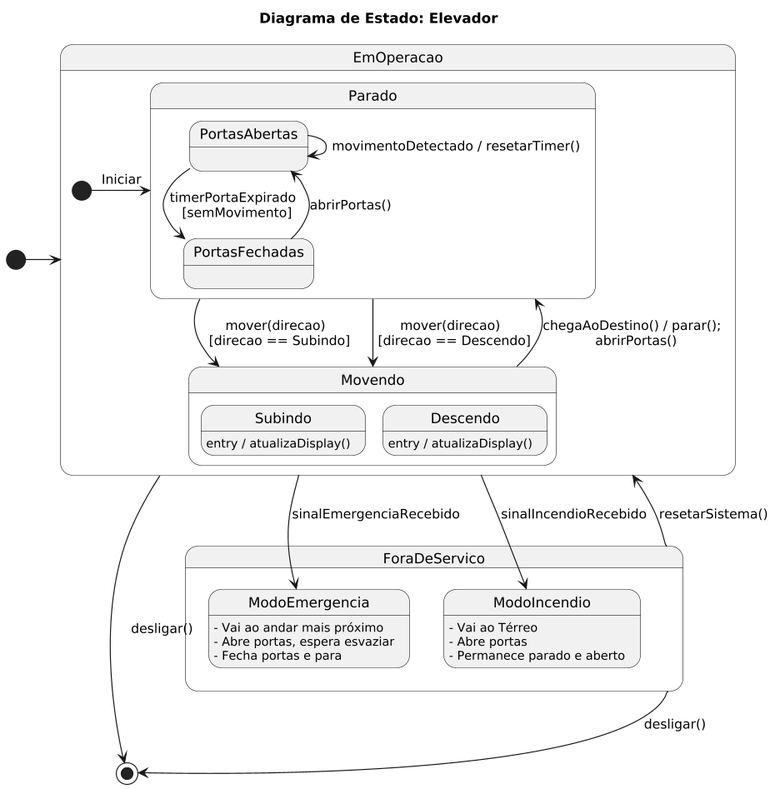
Before: Diagrama de Estados/Diagrama de Estado (Elevador).png, a diagram exported from PlantUML (GustavoAtui/Sistema_Gerenciamento_Elevadores). Source of this version:
```plantuml
@startuml
title "Diagrama de Estado: Elevador "
scale 1.2

state EmOperacao {
    state Parado {
        state PortasFechadas
        state PortasAbertas

        PortasFechadas --> PortasAbertas : abrirPortas()

        PortasAbertas --> PortasFechadas : timerPortaExpirado \n [semMovimento]

        PortasAbertas -> PortasAbertas : movimentoDetectado / resetarTimer()
    }

    state Movendo {
        state Subindo
        state Descendo
    }

    [*] -> Parado : Iniciar

    Parado --> Movendo : mover(direcao) \n [direcao == Subindo]
    state Subindo : entry / atualizaDisplay()

    Parado --> Movendo : mover(direcao) \n [direcao == Descendo]
    state Descendo : entry / atualizaDisplay()

    Movendo --> Parado : chegaAoDestino() / parar(); \n abrirPortas()
}

state ForaDeServico {
    state ModoEmergencia {
        ModoEmergencia : - Vai ao andar mais próximo
        ModoEmergencia : - Abre portas, espera esvaziar
        ModoEmergencia : - Fecha portas e para
    }
    state ModoIncendio {
        ModoIncendio : - Vai ao Térreo
        ModoIncendio : - Abre portas
        ModoIncendio : - Permanece parado e aberto
    }
}

[*] -> EmOperacao

EmOperacao --> ModoIncendio : sinalIncendioRecebido
EmOperacao --> ModoEmergencia : sinalEmergenciaRecebido

ForaDeServico --> EmOperacao : resetarSistema()

EmOperacao --> [*] : desligar()
ForaDeServico --> [*] : desligar()
@enduml
```
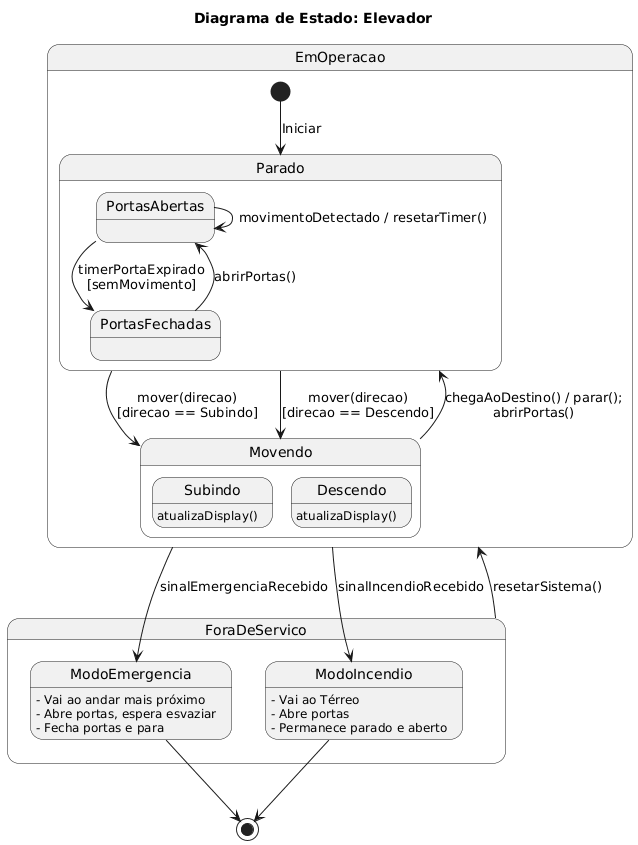
After the change.

Commit message:
atualizando diagrama de estado

Change to the diagram source:
```diff
@@ -1,33 +1,29 @@
 @startuml
-title "Diagrama de Estado: Elevador "
-scale 1.2
+title "Diagrama de Estado: Elevador"
 
 state EmOperacao {
+    [*] --> Parado : Iniciar
+
     state Parado {
+        state PortasAbertas
         state PortasFechadas
-        state PortasAbertas
 
         PortasFechadas --> PortasAbertas : abrirPortas()
-
-        PortasAbertas --> PortasFechadas : timerPortaExpirado \n [semMovimento]
-
+        PortasAbertas --> PortasFechadas : timerPortaExpirado\n[semMovimento]
         PortasAbertas -> PortasAbertas : movimentoDetectado / resetarTimer()
     }
 
     state Movendo {
         state Subindo
         state Descendo
+
+        Subindo : atualizaDisplay()
+        Descendo : atualizaDisplay()
     }
 
-    [*] -> Parado : Iniciar
-
-    Parado --> Movendo : mover(direcao) \n [direcao == Subindo]
-    state Subindo : entry / atualizaDisplay()
-
-    Parado --> Movendo : mover(direcao) \n [direcao == Descendo]
-    state Descendo : entry / atualizaDisplay()
-
-    Movendo --> Parado : chegaAoDestino() / parar(); \n abrirPortas()
+    Parado --> Movendo : mover(direcao)\n[direcao == Subindo]
+    Parado --> Movendo : mover(direcao)\n[direcao == Descendo]
+    Movendo --> Parado : chegaAoDestino() / parar();\nabrirPortas()
 }
 
 state ForaDeServico {
@@ -43,13 +39,10 @@
     }
 }
 
-[*] -> EmOperacao
-
 EmOperacao --> ModoIncendio : sinalIncendioRecebido
 EmOperacao --> ModoEmergencia : sinalEmergenciaRecebido
-
 ForaDeServico --> EmOperacao : resetarSistema()
 
-EmOperacao --> [*] : desligar()
-ForaDeServico --> [*] : desligar()
+ForaDeServico.ModoEmergencia --> [*]
+ForaDeServico.ModoIncendio --> [*]
 @enduml
```
